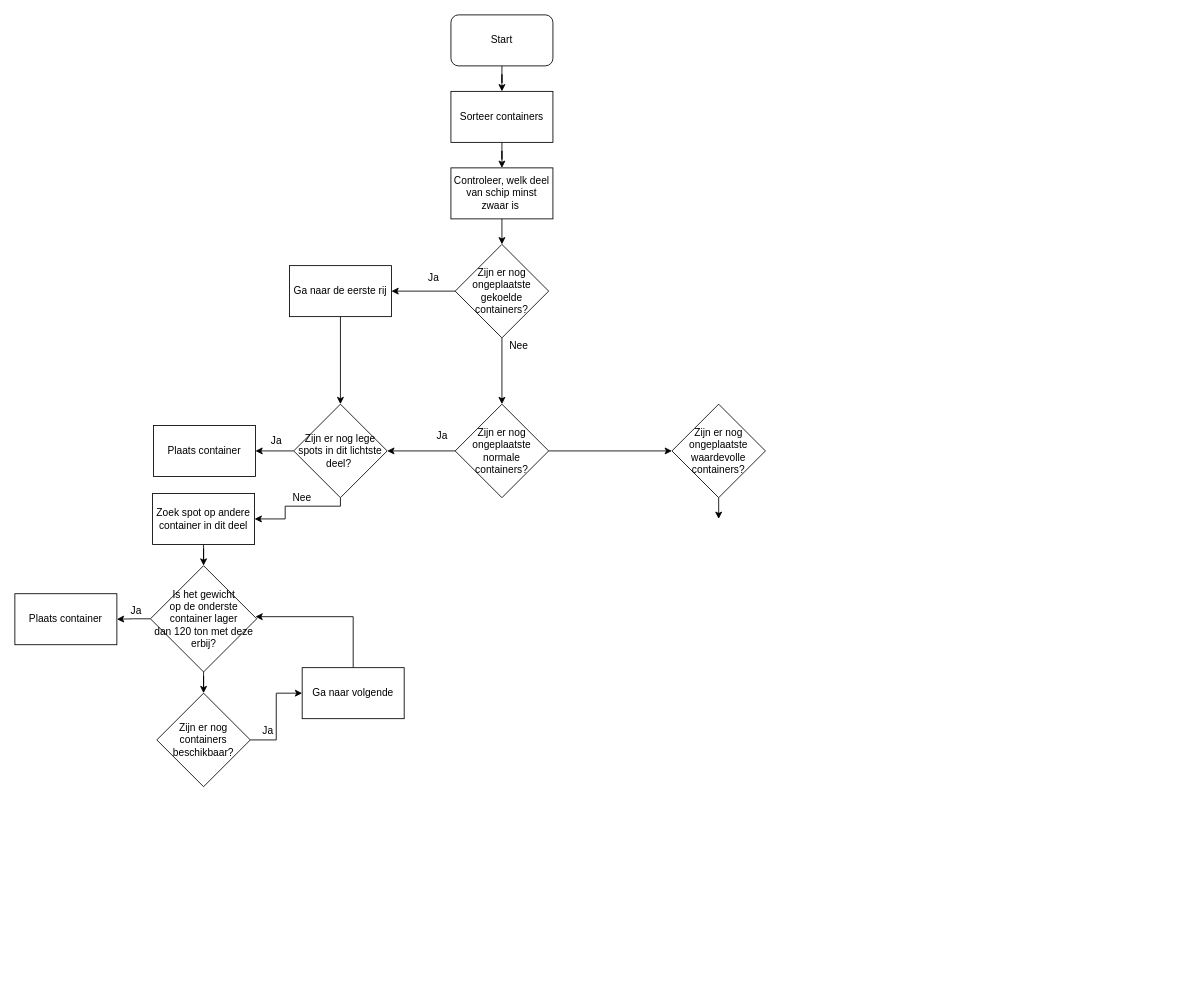
ricardomeulendijks/ContainerShip keeps this draw.io diagram as Containerschip.drawio. Above is the earlier version. Source tidied: cells renumbered, new cells numbered last; positions are measured from the earlier drawing's top-left corner, leaving out a move shared by most shapes. Both pictures are drawn from the tidied source at 85%, with x=0, y=0 at pixel (14, 14).
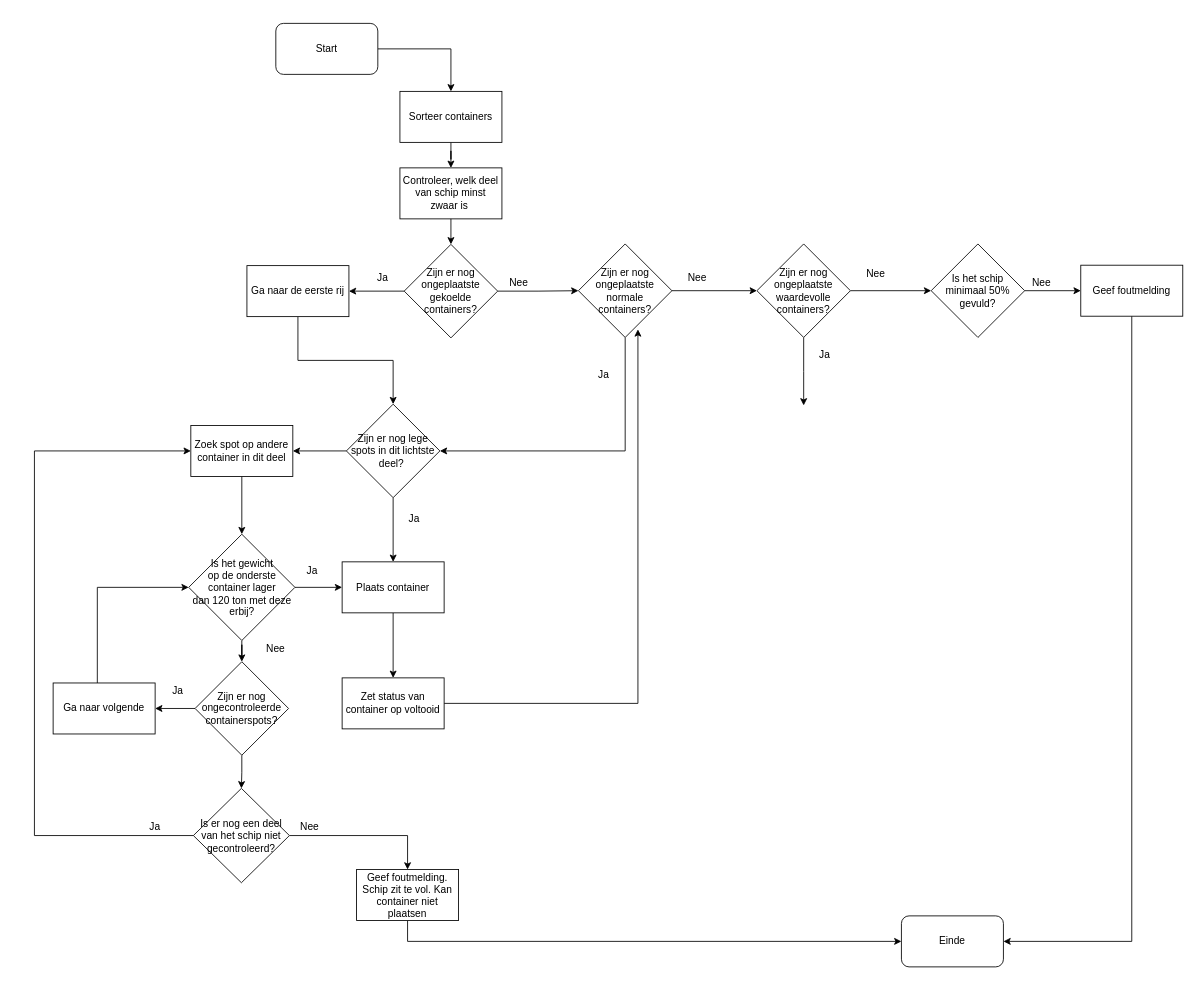
The same page after the edit.

Diff of the diagram source:
```diff
@@
     <mxCell id="3" value="Start" style="rounded=1;whiteSpace=wrap;html=1;" parent="1" vertex="1">
-      <mxGeometry x="513" width="120" height="60" as="geometry" />
+      <mxGeometry x="307" y="10" width="120" height="60" as="geometry" />
     </mxCell>
@@
     <mxCell id="5" value="Sorteer containers&lt;br&gt;" style="rounded=0;whiteSpace=wrap;html=1;" parent="1" vertex="1">
-      <mxGeometry x="513" y="90" width="120" height="60" as="geometry" />
+      <mxGeometry x="453" y="90" width="120" height="60" as="geometry" />
     </mxCell>
     <mxCell id="6" value="Controleer, welk deel van schip minst zwaar is&amp;nbsp;" style="rounded=0;whiteSpace=wrap;html=1;" parent="1" vertex="1">
-      <mxGeometry x="513" y="180" width="120" height="60" as="geometry" />
+      <mxGeometry x="453" y="180" width="120" height="60" as="geometry" />
     </mxCell>
@@
     <mxCell id="9" value="Zijn er nog ongeplaatste gekoelde containers?" style="rhombus;whiteSpace=wrap;html=1;" parent="1" vertex="1">
-      <mxGeometry x="518" y="270" width="110" height="110" as="geometry" />
+      <mxGeometry x="458" y="270" width="110" height="110" as="geometry" />
     </mxCell>
+    <mxCell id="11" style="edgeStyle=orthogonalEdgeStyle;rounded=0;jettySize=auto;html=1;" parent="1" edge="1" source="12" target="14">
+      <mxGeometry relative="1" as="geometry" />
+    </mxCell>
-    <mxCell id="10" style="edgeStyle=orthogonalEdgeStyle;rounded=0;jettySize=auto;html=1;" parent="1" edge="1" source="12" target="17">
-      <mxGeometry relative="1" as="geometry" />
+    <mxCell id="10" style="edgeStyle=orthogonalEdgeStyle;rounded=0;jettySize=auto;html=1;entryX=1;entryY=0.5;entryDx=0;entryDy=0;" parent="1" edge="1" source="12" target="17">
+      <mxGeometry relative="1" as="geometry">
+        <Array as="points">
+          <mxPoint x="718" y="513" />
+        </Array>
+      </mxGeometry>
     </mxCell>
-    <mxCell id="11" style="edgeStyle=orthogonalEdgeStyle;rounded=0;jettySize=auto;html=1;" parent="1" edge="1" source="12" target="14">
-      <mxGeometry relative="1" as="geometry" />
-    </mxCell>
     <mxCell id="12" value="Zijn er nog ongeplaatste normale containers?" style="rhombus;whiteSpace=wrap;html=1;" parent="1" vertex="1">
-      <mxGeometry x="518" y="458" width="110" height="110" as="geometry" />
+      <mxGeometry x="663" y="269.5" width="110" height="110" as="geometry" />
     </mxCell>
-    <mxCell id="13" style="edgeStyle=orthogonalEdgeStyle;rounded=0;jettySize=auto;html=1;" parent="1" edge="1" source="14">
-      <mxGeometry relative="1" as="geometry">
-        <mxPoint x="828" y="593" as="targetPoint" />
-      </mxGeometry>
-    </mxCell>
+    <mxCell id="40" style="edgeStyle=orthogonalEdgeStyle;rounded=0;jettySize=auto;html=1;" parent="1" edge="1" source="14" target="43">
+      <mxGeometry relative="1" as="geometry" />
+    </mxCell>
+    <mxCell id="41" style="edgeStyle=orthogonalEdgeStyle;rounded=0;jettySize=auto;html=1;" parent="1" edge="1" source="14">
+      <mxGeometry relative="1" as="geometry">
+        <mxPoint x="928" y="459.5" as="targetPoint" />
+      </mxGeometry>
+    </mxCell>
     <mxCell id="14" value="Zijn er nog ongeplaatste waardevolle containers?" style="rhombus;whiteSpace=wrap;html=1;" parent="1" vertex="1">
-      <mxGeometry x="773" y="458" width="110" height="110" as="geometry" />
+      <mxGeometry x="873" y="269.5" width="110" height="110" as="geometry" />
     </mxCell>
+    <mxCell id="42" style="edgeStyle=orthogonalEdgeStyle;rounded=0;jettySize=auto;html=1;entryX=0;entryY=0.5;entryDx=0;entryDy=0;" parent="1" edge="1" source="43" target="54">
+      <mxGeometry relative="1" as="geometry" />
+    </mxCell>
+    <mxCell id="43" value="Is het schip minimaal 50% gevuld?" style="rhombus;whiteSpace=wrap;html=1;" parent="1" vertex="1">
+      <mxGeometry x="1078" y="269.5" width="110" height="110" as="geometry" />
+    </mxCell>
-    <mxCell id="15" style="edgeStyle=orthogonalEdgeStyle;rounded=0;jettySize=auto;html=1;entryX=1;entryY=0.5;entryDx=0;entryDy=0;" parent="1" edge="1" source="17" target="26">
-      <mxGeometry relative="1" as="geometry">
-        <Array as="points">
-          <mxPoint x="383" y="578" />
-          <mxPoint x="318" y="578" />
-          <mxPoint x="318" y="593" />
-        </Array>
-      </mxGeometry>
+    <mxCell id="15" style="edgeStyle=orthogonalEdgeStyle;rounded=0;jettySize=auto;html=1;" parent="1" edge="1" source="17" target="26">
+      <mxGeometry relative="1" as="geometry" />
     </mxCell>
-    <mxCell id="16" style="edgeStyle=orthogonalEdgeStyle;rounded=0;jettySize=auto;html=1;" parent="1" edge="1" source="17" target="20">
-      <mxGeometry relative="1" as="geometry" />
-    </mxCell>
+    <mxCell id="44" style="edgeStyle=orthogonalEdgeStyle;rounded=0;jettySize=auto;html=1;" parent="1" edge="1" source="17" target="24">
+      <mxGeometry relative="1" as="geometry" />
+    </mxCell>
     <mxCell id="17" value="Zijn er nog lege spots in dit lichtste deel?&amp;nbsp;" style="rhombus;whiteSpace=wrap;html=1;" parent="1" vertex="1">
-      <mxGeometry x="328" y="458" width="110" height="110" as="geometry" />
+      <mxGeometry x="390" y="458" width="110" height="110" as="geometry" />
     </mxCell>
@@
     <mxCell id="19" value="Ga naar de eerste rij" style="rounded=0;whiteSpace=wrap;html=1;" parent="1" vertex="1">
-      <mxGeometry x="323" y="295" width="120" height="60" as="geometry" />
+      <mxGeometry x="273" y="295" width="120" height="60" as="geometry" />
     </mxCell>
-    <mxCell id="20" value="Plaats container" style="rounded=0;whiteSpace=wrap;html=1;" parent="1" vertex="1">
-      <mxGeometry x="163" y="483" width="120" height="60" as="geometry" />
-    </mxCell>
+    <mxCell id="22" style="edgeStyle=orthogonalEdgeStyle;rounded=0;jettySize=auto;html=1;" parent="1" edge="1" source="23" target="28">
+      <mxGeometry relative="1" as="geometry" />
+    </mxCell>
@@
-    <mxCell id="22" style="edgeStyle=orthogonalEdgeStyle;rounded=0;jettySize=auto;html=1;" parent="1" edge="1" source="23" target="28">
-      <mxGeometry relative="1" as="geometry" />
-    </mxCell>
     <mxCell id="23" value="Is het gewicht &lt;br&gt;op de onderste container lager &lt;br&gt;dan 120 ton met deze erbij?" style="rhombus;whiteSpace=wrap;html=1;" parent="1" vertex="1">
-      <mxGeometry x="159.5" y="648" width="125" height="125" as="geometry" />
+      <mxGeometry x="204.5" y="611" width="125" height="125" as="geometry" />
     </mxCell>
+    <mxCell id="45" style="edgeStyle=orthogonalEdgeStyle;rounded=0;jettySize=auto;html=1;" parent="1" edge="1" source="24" target="47">
+      <mxGeometry relative="1" as="geometry" />
+    </mxCell>
     <mxCell id="24" value="Plaats container" style="rounded=0;whiteSpace=wrap;html=1;" parent="1" vertex="1">
-      <mxGeometry y="681" width="120" height="60" as="geometry" />
+      <mxGeometry x="385" y="643.5" width="120" height="60" as="geometry" />
     </mxCell>
+    <mxCell id="46" style="edgeStyle=orthogonalEdgeStyle;rounded=0;jettySize=auto;html=1;" parent="1" edge="1" source="47">
+      <mxGeometry relative="1" as="geometry">
+        <mxPoint x="733" y="370" as="targetPoint" />
+        <Array as="points">
+          <mxPoint x="733" y="810" />
+          <mxPoint x="733" y="380" />
+        </Array>
+      </mxGeometry>
+    </mxCell>
+    <mxCell id="47" value="Zet status van container op voltooid" style="rounded=0;whiteSpace=wrap;html=1;" parent="1" vertex="1">
+      <mxGeometry x="385" y="780" width="120" height="60" as="geometry" />
+    </mxCell>
@@
     <mxCell id="26" value="Zoek spot op andere container in dit deel" style="rounded=0;whiteSpace=wrap;html=1;" parent="1" vertex="1">
-      <mxGeometry x="162" y="563" width="120" height="60" as="geometry" />
+      <mxGeometry x="207" y="483" width="120" height="60" as="geometry" />
     </mxCell>
@@
+    <mxCell id="48" style="edgeStyle=orthogonalEdgeStyle;rounded=0;jettySize=auto;html=1;entryX=0.5;entryY=0;entryDx=0;entryDy=0;" parent="1" edge="1" source="28" target="51">
+      <mxGeometry relative="1" as="geometry" />
+    </mxCell>
-    <mxCell id="28" value="Zijn er nog containers beschikbaar?" style="rhombus;whiteSpace=wrap;html=1;" parent="1" vertex="1">
-      <mxGeometry x="167" y="798" width="110" height="110" as="geometry" />
+    <mxCell id="28" value="Zijn er nog ongecontroleerde containerspots?" style="rhombus;whiteSpace=wrap;html=1;" parent="1" vertex="1">
+      <mxGeometry x="212" y="761" width="110" height="110" as="geometry" />
     </mxCell>
-    <mxCell id="29" style="edgeStyle=orthogonalEdgeStyle;rounded=0;jettySize=auto;html=1;" parent="1" edge="1" source="30">
-      <mxGeometry relative="1" as="geometry">
-        <mxPoint x="283" y="708" as="targetPoint" />
-        <Array as="points">
-          <mxPoint x="398" y="708" />
-        </Array>
-      </mxGeometry>
-    </mxCell>
+    <mxCell id="49" style="edgeStyle=orthogonalEdgeStyle;rounded=0;jettySize=auto;html=1;entryX=0.5;entryY=0;entryDx=0;entryDy=0;" parent="1" edge="1" source="51" target="66">
+      <mxGeometry relative="1" as="geometry" />
+    </mxCell>
+    <mxCell id="50" style="edgeStyle=orthogonalEdgeStyle;rounded=0;jettySize=auto;html=1;entryX=0;entryY=0.5;entryDx=0;entryDy=0;" parent="1" edge="1" source="51" target="26">
+      <mxGeometry relative="1" as="geometry">
+        <Array as="points">
+          <mxPoint x="23" y="965" />
+          <mxPoint x="23" y="513" />
+        </Array>
+      </mxGeometry>
+    </mxCell>
+    <mxCell id="51" value="Is er nog een deel van het schip niet gecontroleerd?" style="rhombus;whiteSpace=wrap;html=1;" parent="1" vertex="1">
+      <mxGeometry x="210" y="910" width="113" height="111" as="geometry" />
+    </mxCell>
+    <mxCell id="52" style="edgeStyle=orthogonalEdgeStyle;rounded=0;jettySize=auto;html=1;entryX=0;entryY=0.5;entryDx=0;entryDy=0;" parent="1" edge="1" source="30" target="23">
+      <mxGeometry relative="1" as="geometry">
+        <Array as="points">
+          <mxPoint x="97" y="674" />
+        </Array>
+      </mxGeometry>
+    </mxCell>
     <mxCell id="30" value="Ga naar volgende" style="rounded=0;whiteSpace=wrap;html=1;" parent="1" vertex="1">
-      <mxGeometry x="338" y="768" width="120" height="60" as="geometry" />
+      <mxGeometry x="45" y="786" width="120" height="60" as="geometry" />
     </mxCell>
@@
     <mxCell id="32" value="Ja" style="text;html=1;strokeColor=none;fillColor=none;align=center;verticalAlign=middle;whiteSpace=wrap;rounded=0;" parent="1" vertex="1">
-      <mxGeometry x="473" y="300" width="40" height="20" as="geometry" />
+      <mxGeometry x="413" y="300" width="40" height="20" as="geometry" />
     </mxCell>
-    <mxCell id="33" value="Nee" style="text;html=1;strokeColor=none;fillColor=none;align=center;verticalAlign=middle;whiteSpace=wrap;rounded=0;" parent="1" vertex="1">
-      <mxGeometry x="573" y="380" width="40" height="20" as="geometry" />
-    </mxCell>
-    <mxCell id="34" style="edgeStyle=orthogonalEdgeStyle;rounded=0;orthogonalLoop=1;jettySize=auto;html=1;exitX=0.5;exitY=1;exitDx=0;exitDy=0;" parent="1" edge="1" source="33" target="33">
-      <mxGeometry relative="1" as="geometry" />
+    <mxCell id="34" style="edgeStyle=orthogonalEdgeStyle;rounded=0;orthogonalLoop=1;jettySize=auto;html=1;exitX=0.5;exitY=1;exitDx=0;exitDy=0;" parent="1" edge="1">
+      <mxGeometry relative="1" as="geometry">
+        <mxPoint x="533" y="400" as="sourcePoint" />
+        <mxPoint x="533" y="400" as="targetPoint" />
+      </mxGeometry>
     </mxCell>
-    <mxCell id="35" value="Ja" style="text;html=1;strokeColor=none;fillColor=none;align=center;verticalAlign=middle;whiteSpace=wrap;rounded=0;" parent="1" vertex="1">
-      <mxGeometry x="483" y="485" width="40" height="20" as="geometry" />
-    </mxCell>
     <mxCell id="36" value="Ja" style="text;html=1;strokeColor=none;fillColor=none;align=center;verticalAlign=middle;whiteSpace=wrap;rounded=0;" parent="1" vertex="1">
-      <mxGeometry x="288" y="491" width="40" height="20" as="geometry" />
+      <mxGeometry x="450" y="583" width="40" height="20" as="geometry" />
     </mxCell>
-    <mxCell id="37" value="Nee" style="text;html=1;strokeColor=none;fillColor=none;align=center;verticalAlign=middle;whiteSpace=wrap;rounded=0;" parent="1" vertex="1">
-      <mxGeometry x="318" y="558" width="40" height="20" as="geometry" />
-    </mxCell>
-    <mxCell id="38" value="Ja" style="text;html=1;strokeColor=none;fillColor=none;align=center;verticalAlign=middle;whiteSpace=wrap;rounded=0;" parent="1" vertex="1">
-      <mxGeometry x="123" y="691" width="40" height="20" as="geometry" />
-    </mxCell>
     <mxCell id="39" value="Ja" style="text;html=1;strokeColor=none;fillColor=none;align=center;verticalAlign=middle;whiteSpace=wrap;rounded=0;" parent="1" vertex="1">
-      <mxGeometry x="278" y="833" width="40" height="20" as="geometry" />
+      <mxGeometry x="172" y="786" width="40" height="20" as="geometry" />
     </mxCell>
+    <mxCell id="53" style="edgeStyle=orthogonalEdgeStyle;rounded=0;jettySize=auto;html=1;entryX=1;entryY=0.5;entryDx=0;entryDy=0;exitX=0.5;exitY=1;exitDx=0;exitDy=0;" parent="1" edge="1" source="54" target="56">
+      <mxGeometry relative="1" as="geometry" />
+    </mxCell>
+    <mxCell id="54" value="Geef foutmelding" style="rounded=0;whiteSpace=wrap;html=1;" parent="1" vertex="1">
+      <mxGeometry x="1254" y="294.5" width="120" height="60" as="geometry" />
+    </mxCell>
+    <mxCell id="55" value="Nee" style="text;html=1;strokeColor=none;fillColor=none;align=center;verticalAlign=middle;whiteSpace=wrap;rounded=0;" parent="1" vertex="1">
+      <mxGeometry x="1188" y="304.5" width="40" height="20" as="geometry" />
+    </mxCell>
+    <mxCell id="56" value="Einde" style="rounded=1;whiteSpace=wrap;html=1;" parent="1" vertex="1">
+      <mxGeometry x="1043" y="1060" width="120" height="60" as="geometry" />
+    </mxCell>
+    <mxCell id="57" value="Nee" style="text;html=1;strokeColor=none;fillColor=none;align=center;verticalAlign=middle;whiteSpace=wrap;rounded=0;" parent="1" vertex="1">
+      <mxGeometry x="783" y="300" width="40" height="20" as="geometry" />
+    </mxCell>
+    <mxCell id="58" value="Nee" style="text;html=1;strokeColor=none;fillColor=none;align=center;verticalAlign=middle;whiteSpace=wrap;rounded=0;" parent="1" vertex="1">
+      <mxGeometry x="573" y="304.5" width="40" height="20" as="geometry" />
+    </mxCell>
+    <mxCell id="59" value="Ja" style="text;html=1;strokeColor=none;fillColor=none;align=center;verticalAlign=middle;whiteSpace=wrap;rounded=0;" parent="1" vertex="1">
+      <mxGeometry x="673" y="414" width="40" height="20" as="geometry" />
+    </mxCell>
+    <mxCell id="60" value="Nee" style="text;html=1;strokeColor=none;fillColor=none;align=center;verticalAlign=middle;whiteSpace=wrap;rounded=0;" parent="1" vertex="1">
+      <mxGeometry x="993" y="294.5" width="40" height="20" as="geometry" />
+    </mxCell>
+    <mxCell id="61" value="Ja" style="text;html=1;strokeColor=none;fillColor=none;align=center;verticalAlign=middle;whiteSpace=wrap;rounded=0;" parent="1" vertex="1">
+      <mxGeometry x="933" y="389.5" width="40" height="20" as="geometry" />
+    </mxCell>
+    <mxCell id="62" value="Ja" style="text;html=1;strokeColor=none;fillColor=none;align=center;verticalAlign=middle;whiteSpace=wrap;rounded=0;" parent="1" vertex="1">
+      <mxGeometry x="329.5" y="643.5" width="40" height="20" as="geometry" />
+    </mxCell>
+    <mxCell id="63" value="Nee" style="text;html=1;strokeColor=none;fillColor=none;align=center;verticalAlign=middle;whiteSpace=wrap;rounded=0;" parent="1" vertex="1">
+      <mxGeometry x="287" y="736" width="40" height="20" as="geometry" />
+    </mxCell>
+    <mxCell id="64" value="Nee" style="text;html=1;strokeColor=none;fillColor=none;align=center;verticalAlign=middle;whiteSpace=wrap;rounded=0;" parent="1" vertex="1">
+      <mxGeometry x="327" y="945.5" width="40" height="20" as="geometry" />
+    </mxCell>
+    <mxCell id="65" style="edgeStyle=orthogonalEdgeStyle;rounded=0;jettySize=auto;html=1;entryX=0;entryY=0.5;entryDx=0;entryDy=0;" parent="1" edge="1" source="66" target="56">
+      <mxGeometry relative="1" as="geometry">
+        <Array as="points">
+          <mxPoint x="462" y="1090" />
+        </Array>
+      </mxGeometry>
+    </mxCell>
+    <mxCell id="66" value="Geef foutmelding. Schip zit te vol. Kan container niet plaatsen" style="rounded=0;whiteSpace=wrap;html=1;" parent="1" vertex="1">
+      <mxGeometry x="402" y="1005.5" width="120" height="60" as="geometry" />
+    </mxCell>
+    <mxCell id="67" value="Ja" style="text;html=1;strokeColor=none;fillColor=none;align=center;verticalAlign=middle;whiteSpace=wrap;rounded=0;" parent="1" vertex="1">
+      <mxGeometry x="145" y="945.5" width="40" height="20" as="geometry" />
+    </mxCell>
```
